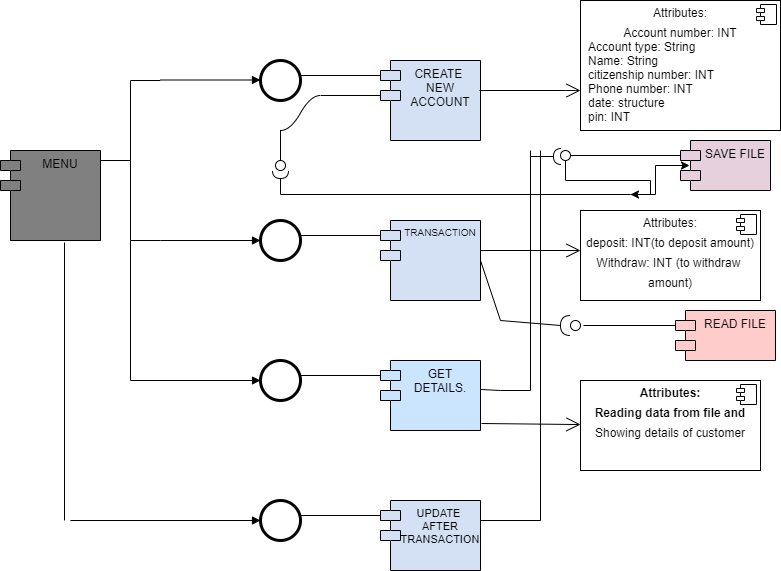
Above: Design/lld structural design.png in LoneWalker619/miniproject-1 (draw.io), before the change. Source tidied: cells renumbered, new cells last; positions are measured from the earlier drawing's top-left corner, leaving out a move shared by most shapes.
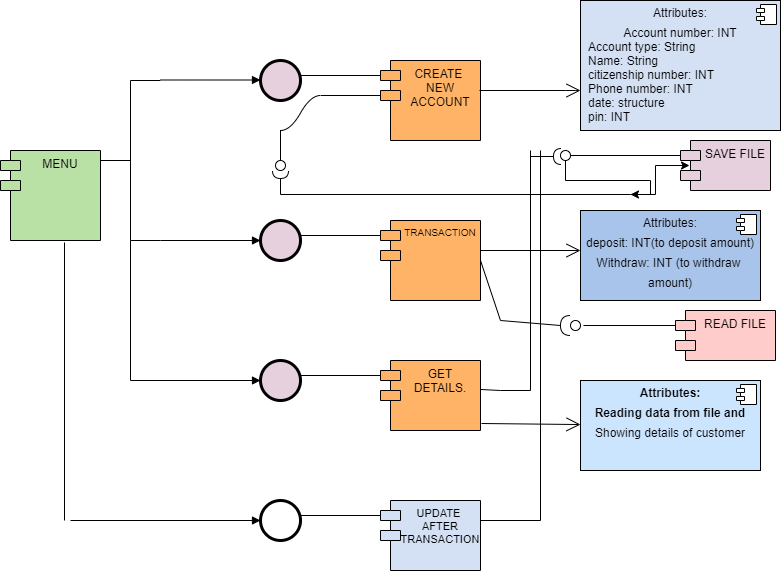
After the change.

What changed in the source:
```diff
@@ -2,10 +2,10 @@
   <root>
     <mxCell id="0" />
     <mxCell id="1" parent="0" />
-    <mxCell id="2" value="MENU" style="shape=module;align=left;spacingLeft=20;align=center;verticalAlign=top;fillColor=#808080;" parent="1" vertex="1">
+    <mxCell id="2" value="MENU" style="shape=module;align=left;spacingLeft=20;align=center;verticalAlign=top;fillColor=#B9E0A5;" parent="1" vertex="1">
       <mxGeometry y="150" width="100" height="90" as="geometry" />
     </mxCell>
-    <mxCell id="3" style="shape=mxgraph.bpmn.shape;html=1;verticalLabelPosition=bottom;labelBackgroundColor=#ffffff;verticalAlign=top;align=center;perimeter=ellipsePerimeter;outline=end;symbol=general;fillColor=#FFFFFF;" parent="1" vertex="1">
+    <mxCell id="3" style="shape=mxgraph.bpmn.shape;html=1;verticalLabelPosition=bottom;labelBackgroundColor=#ffffff;verticalAlign=top;align=center;perimeter=ellipsePerimeter;outline=end;symbol=general;fillColor=#E6D0DE;" parent="1" vertex="1">
       <mxGeometry x="260" y="60" width="40" height="40" as="geometry" />
     </mxCell>
     <mxCell id="4" style="endArrow=block;endFill=1;endSize=6;html=1;fillColor=#FFFFFF;" parent="1" edge="1">
@@ -20,13 +20,13 @@
         <mxPoint x="260" y="240" as="targetPoint" />
       </mxGeometry>
     </mxCell>
-    <mxCell id="6" style="shape=mxgraph.bpmn.shape;html=1;verticalLabelPosition=bottom;labelBackgroundColor=#ffffff;verticalAlign=top;align=center;perimeter=ellipsePerimeter;outlineConnect=0;outline=end;symbol=general;fillColor=#FFFFFF;" parent="1" vertex="1">
+    <mxCell id="6" style="shape=mxgraph.bpmn.shape;html=1;verticalLabelPosition=bottom;labelBackgroundColor=#ffffff;verticalAlign=top;align=center;perimeter=ellipsePerimeter;outlineConnect=0;outline=end;symbol=general;fillColor=#E6D0DE;" parent="1" vertex="1">
       <mxGeometry x="260" y="360" width="40" height="40" as="geometry" />
     </mxCell>
     <mxCell id="7" style="shape=mxgraph.bpmn.shape;html=1;verticalLabelPosition=bottom;labelBackgroundColor=#ffffff;verticalAlign=top;align=center;perimeter=ellipsePerimeter;outline=end;symbol=general;fillColor=#FFFFFF;" parent="1" vertex="1">
       <mxGeometry x="260" y="500" width="40" height="40" as="geometry" />
     </mxCell>
-    <mxCell id="8" style="shape=mxgraph.bpmn.shape;html=1;verticalLabelPosition=bottom;labelBackgroundColor=#ffffff;verticalAlign=top;align=center;perimeter=ellipsePerimeter;outline=end;symbol=general;fillColor=#FFFFFF;" parent="1" vertex="1">
+    <mxCell id="8" style="shape=mxgraph.bpmn.shape;html=1;verticalLabelPosition=bottom;labelBackgroundColor=#ffffff;verticalAlign=top;align=center;perimeter=ellipsePerimeter;outline=end;symbol=general;fillColor=#E6D0DE;" parent="1" vertex="1">
       <mxGeometry x="260" y="220" width="40" height="40" as="geometry" />
     </mxCell>
     <mxCell id="9" style="html=1;shape=mxgraph.flowchart.annotation_2;align=left;labelPosition=right;fillColor=#99FFFF;" parent="1" vertex="1">
@@ -59,16 +59,16 @@
         <mxPoint x="180" y="520" as="targetPoint" />
       </mxGeometry>
     </mxCell>
-    <mxCell id="15" value="TRANSACTION" style="shape=module;align=left;spacingLeft=20;align=center;verticalAlign=top;fillColor=#D4E1F5;fontSize=10;" parent="1" vertex="1">
+    <mxCell id="15" value="TRANSACTION" style="shape=module;align=left;spacingLeft=20;align=center;verticalAlign=top;fillColor=#FFB366;fontSize=10;" parent="1" vertex="1">
       <mxGeometry x="380" y="220" width="100" height="80" as="geometry" />
     </mxCell>
     <mxCell id="16" value="UPDATE &#10;AFTER&#10;TRANSACTION" style="shape=module;align=left;spacingLeft=20;align=center;verticalAlign=top;fillColor=#D4E1F5;fontSize=11;" parent="1" vertex="1">
       <mxGeometry x="380" y="500" width="100" height="70" as="geometry" />
     </mxCell>
-    <mxCell id="17" value="GET&#10;DETAILS." style="shape=module;align=left;spacingLeft=20;align=center;verticalAlign=top;fillColor=#CCE5FF;" parent="1" vertex="1">
+    <mxCell id="17" value="GET&#10;DETAILS." style="shape=module;align=left;spacingLeft=20;align=center;verticalAlign=top;fillColor=#FFB366;" parent="1" vertex="1">
       <mxGeometry x="380" y="360" width="100" height="70" as="geometry" />
     </mxCell>
-    <mxCell id="18" value="CREATE &#10;NEW&#10;ACCOUNT" style="shape=module;align=left;spacingLeft=20;align=center;verticalAlign=top;fillColor=#D4E1F5;" parent="1" vertex="1">
+    <mxCell id="18" value="CREATE &#10;NEW&#10;ACCOUNT" style="shape=module;align=left;spacingLeft=20;align=center;verticalAlign=top;fillColor=#FFB366;" parent="1" vertex="1">
       <mxGeometry x="380" y="60" width="100" height="80" as="geometry" />
     </mxCell>
     <mxCell id="19" style="endArrow=none;html=1;rounded=0;fillColor=#FFFFFF;entryX=0;entryY=0;entryDx=0;entryDy=15;entryPerimeter=0;" parent="1" edge="1" target="15">
@@ -214,7 +214,7 @@
         </Array>
       </mxGeometry>
     </mxCell>
-    <mxCell id="49" value="&lt;p style=&quot;margin: 0px ; margin-top: 6px ; text-align: center&quot;&gt;&lt;span style=&quot;text-align: left&quot;&gt;Attributes:&lt;/span&gt;&lt;/p&gt;&lt;p style=&quot;margin: 0px ; margin-top: 6px ; text-align: center&quot;&gt;&lt;span style=&quot;text-align: left&quot;&gt;Account number: INT&lt;/span&gt;&lt;/p&gt;&lt;p style=&quot;margin: 0px ; margin-left: 8px&quot;&gt;Account type: String&lt;/p&gt;&lt;p style=&quot;margin: 0px ; margin-left: 8px&quot;&gt;Name: String&lt;/p&gt;&lt;p style=&quot;margin: 0px ; margin-left: 8px&quot;&gt;citizenship number: INT&lt;/p&gt;&lt;p style=&quot;margin: 0px ; margin-left: 8px&quot;&gt;Phone number: INT&lt;/p&gt;&lt;p style=&quot;margin: 0px ; margin-left: 8px&quot;&gt;date: structure&lt;/p&gt;&lt;p style=&quot;margin: 0px ; margin-left: 8px&quot;&gt;pin: INT&lt;/p&gt;&lt;p style=&quot;margin: 0px ; margin-left: 8px&quot;&gt;&lt;br&gt;&lt;/p&gt;&lt;p style=&quot;margin: 0px ; margin-left: 8px&quot;&gt;&lt;br&gt;&lt;/p&gt;" style="align=left;overflow=fill;html=1;" parent="1" vertex="1">
+    <mxCell id="49" value="&lt;p style=&quot;margin: 0px ; margin-top: 6px ; text-align: center&quot;&gt;&lt;span style=&quot;text-align: left&quot;&gt;Attributes:&lt;/span&gt;&lt;/p&gt;&lt;p style=&quot;margin: 0px ; margin-top: 6px ; text-align: center&quot;&gt;&lt;span style=&quot;text-align: left&quot;&gt;Account number: INT&lt;/span&gt;&lt;/p&gt;&lt;p style=&quot;margin: 0px ; margin-left: 8px&quot;&gt;Account type: String&lt;/p&gt;&lt;p style=&quot;margin: 0px ; margin-left: 8px&quot;&gt;Name: String&lt;/p&gt;&lt;p style=&quot;margin: 0px ; margin-left: 8px&quot;&gt;citizenship number: INT&lt;/p&gt;&lt;p style=&quot;margin: 0px ; margin-left: 8px&quot;&gt;Phone number: INT&lt;/p&gt;&lt;p style=&quot;margin: 0px ; margin-left: 8px&quot;&gt;date: structure&lt;/p&gt;&lt;p style=&quot;margin: 0px ; margin-left: 8px&quot;&gt;pin: INT&lt;/p&gt;&lt;p style=&quot;margin: 0px ; margin-left: 8px&quot;&gt;&lt;br&gt;&lt;/p&gt;&lt;p style=&quot;margin: 0px ; margin-left: 8px&quot;&gt;&lt;br&gt;&lt;/p&gt;" style="align=left;overflow=fill;html=1;fillColor=#D4E1F5;" parent="1" vertex="1">
       <mxGeometry x="580" width="200" height="130" as="geometry" />
     </mxCell>
     <mxCell id="50" style="shape=component;jettyWidth=8;jettyHeight=4;" parent="49" vertex="1">
@@ -228,7 +228,7 @@
         <mxPoint x="580" y="250" as="targetPoint" />
       </mxGeometry>
     </mxCell>
-    <mxCell id="52" value="&lt;p style=&quot;margin: 0px ; margin-top: 6px ; text-align: center&quot;&gt;Attributes:&lt;/p&gt;&lt;p style=&quot;margin: 0px ; margin-top: 6px ; text-align: center&quot;&gt;deposit: INT(to deposit amount)&lt;/p&gt;&lt;p style=&quot;margin: 0px ; margin-top: 6px ; text-align: center&quot;&gt;Withdraw: INT (to withdraw&amp;nbsp;&lt;/p&gt;&lt;p style=&quot;margin: 0px ; margin-top: 6px ; text-align: center&quot;&gt;amount)&lt;/p&gt;" style="align=left;overflow=fill;html=1;" parent="1" vertex="1">
+    <mxCell id="52" value="&lt;p style=&quot;margin: 0px ; margin-top: 6px ; text-align: center&quot;&gt;Attributes:&lt;/p&gt;&lt;p style=&quot;margin: 0px ; margin-top: 6px ; text-align: center&quot;&gt;deposit: INT(to deposit amount)&lt;/p&gt;&lt;p style=&quot;margin: 0px ; margin-top: 6px ; text-align: center&quot;&gt;Withdraw: INT (to withdraw&amp;nbsp;&lt;/p&gt;&lt;p style=&quot;margin: 0px ; margin-top: 6px ; text-align: center&quot;&gt;amount)&lt;/p&gt;" style="align=left;overflow=fill;html=1;fillColor=#A9C4EB;" parent="1" vertex="1">
       <mxGeometry x="580" y="210" width="180" height="90" as="geometry" />
     </mxCell>
     <mxCell id="53" style="shape=component;jettyWidth=8;jettyHeight=4;" parent="52" vertex="1">
@@ -239,7 +239,7 @@
     <mxCell id="54" style="endArrow=open;endFill=1;endSize=12;html=1;exitX=1.01;exitY=0.9;exitDx=0;exitDy=0;exitPerimeter=0;" parent="1" edge="1" source="17" target="55">
       <mxGeometry relative="1" as="geometry" />
     </mxCell>
-    <mxCell id="55" value="&lt;p style=&quot;margin: 0px ; margin-top: 6px ; text-align: center&quot;&gt;&lt;b&gt;Attributes:&lt;/b&gt;&lt;/p&gt;&lt;p style=&quot;margin: 0px ; margin-top: 6px ; text-align: center&quot;&gt;&lt;b&gt;Reading data from file and&lt;/b&gt;&lt;br&gt;&lt;/p&gt;&lt;p style=&quot;margin: 0px ; margin-top: 6px ; text-align: center&quot;&gt;Showing details of customer&lt;/p&gt;" style="align=left;overflow=fill;html=1;" parent="1" vertex="1">
+    <mxCell id="55" value="&lt;p style=&quot;margin: 0px ; margin-top: 6px ; text-align: center&quot;&gt;&lt;b&gt;Attributes:&lt;/b&gt;&lt;/p&gt;&lt;p style=&quot;margin: 0px ; margin-top: 6px ; text-align: center&quot;&gt;&lt;b&gt;Reading data from file and&lt;/b&gt;&lt;br&gt;&lt;/p&gt;&lt;p style=&quot;margin: 0px ; margin-top: 6px ; text-align: center&quot;&gt;Showing details of customer&lt;/p&gt;" style="align=left;overflow=fill;html=1;fillColor=#CCE5FF;" parent="1" vertex="1">
       <mxGeometry x="580" y="380" width="180" height="90" as="geometry" />
     </mxCell>
     <mxCell id="56" style="shape=component;jettyWidth=8;jettyHeight=4;" parent="55" vertex="1">
```
